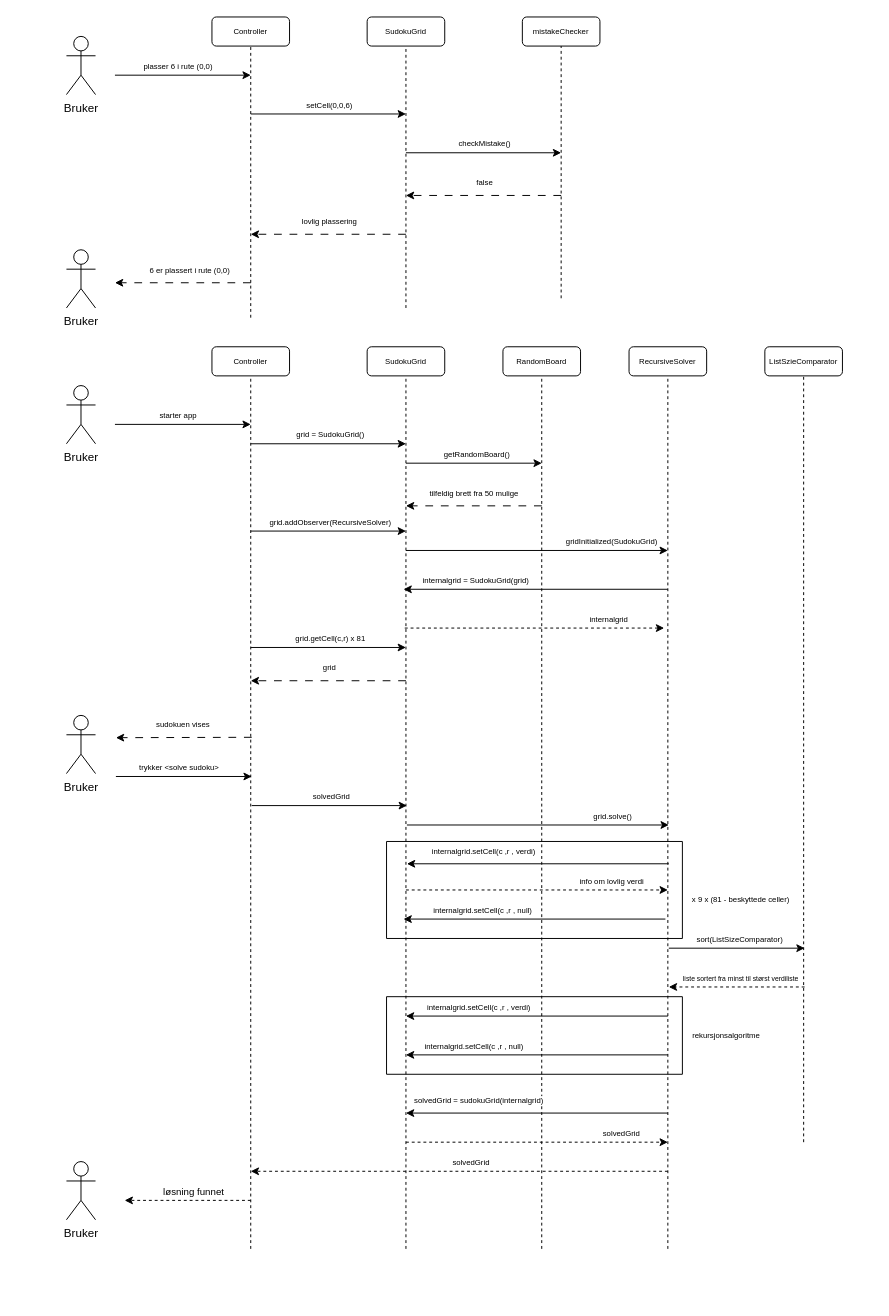
Before: Sudoku.drawio in TobiasBorning/Sudoku, a draw.io diagram. Source tidied: cells renumbered, new cells numbered last; positions are measured from the earlier drawing's top-left corner, leaving out a move shared by most shapes. Both pictures are drawn from the tidied source at 97%, with x=0, y=0 at pixel (66, 16).
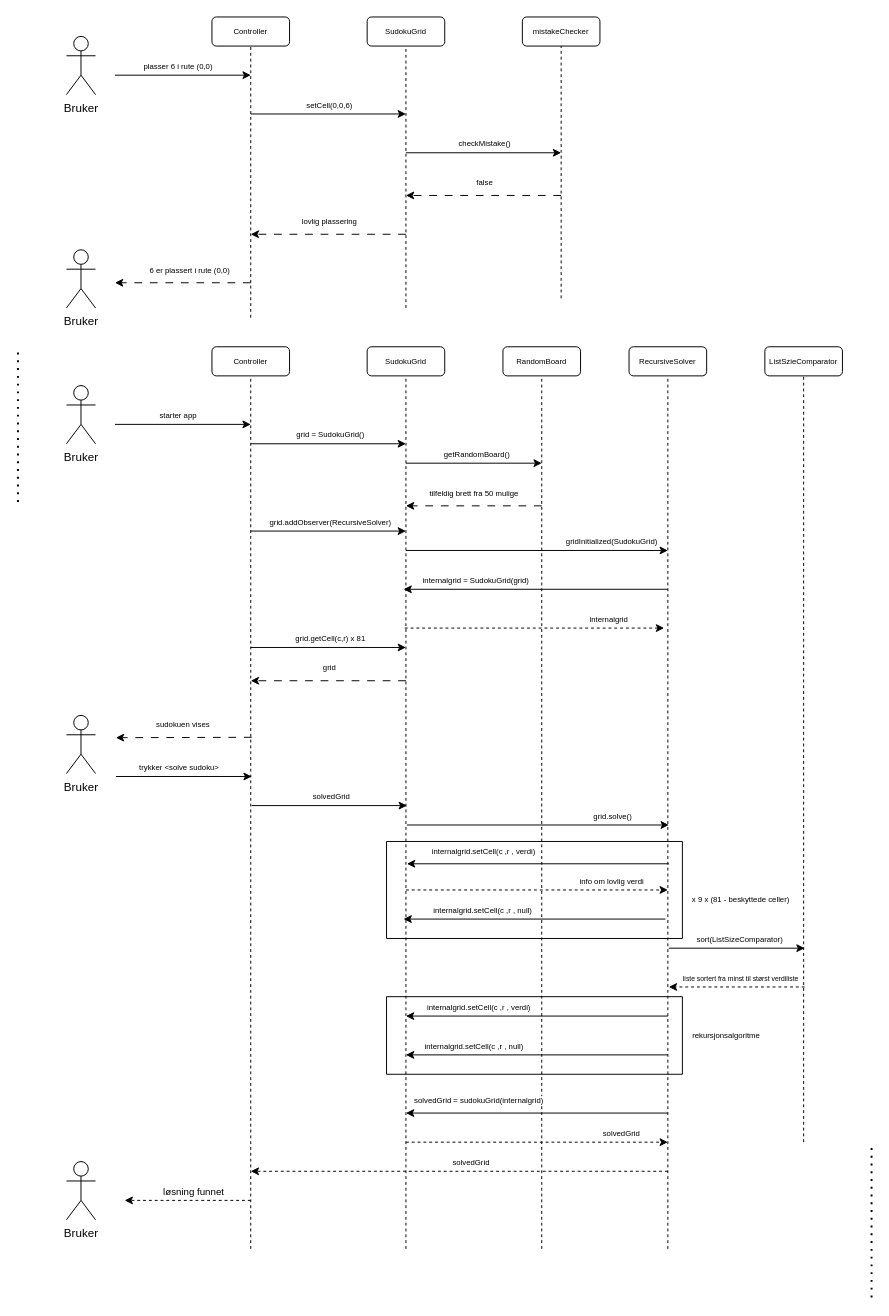
The same page after the edit.

What changed in the source:
```diff
@@
+    <mxCell id="89" style="endArrow=none;dashed=1;html=1;dashPattern=1 3;strokeWidth=2;rounded=0;" parent="1" edge="1">
+      <mxGeometry relative="1" as="geometry">
+        <mxPoint x="-50" y="500" as="sourcePoint" />
+        <mxPoint x="-50" y="340" as="targetPoint" />
+      </mxGeometry>
+    </mxCell>
+    <mxCell id="90" style="endArrow=none;dashed=1;html=1;dashPattern=1 3;strokeWidth=2;rounded=0;" parent="1" edge="1">
+      <mxGeometry relative="1" as="geometry">
+        <mxPoint x="830" y="1320" as="sourcePoint" />
+        <mxPoint x="830" y="1160" as="targetPoint" />
+      </mxGeometry>
+    </mxCell>
```
